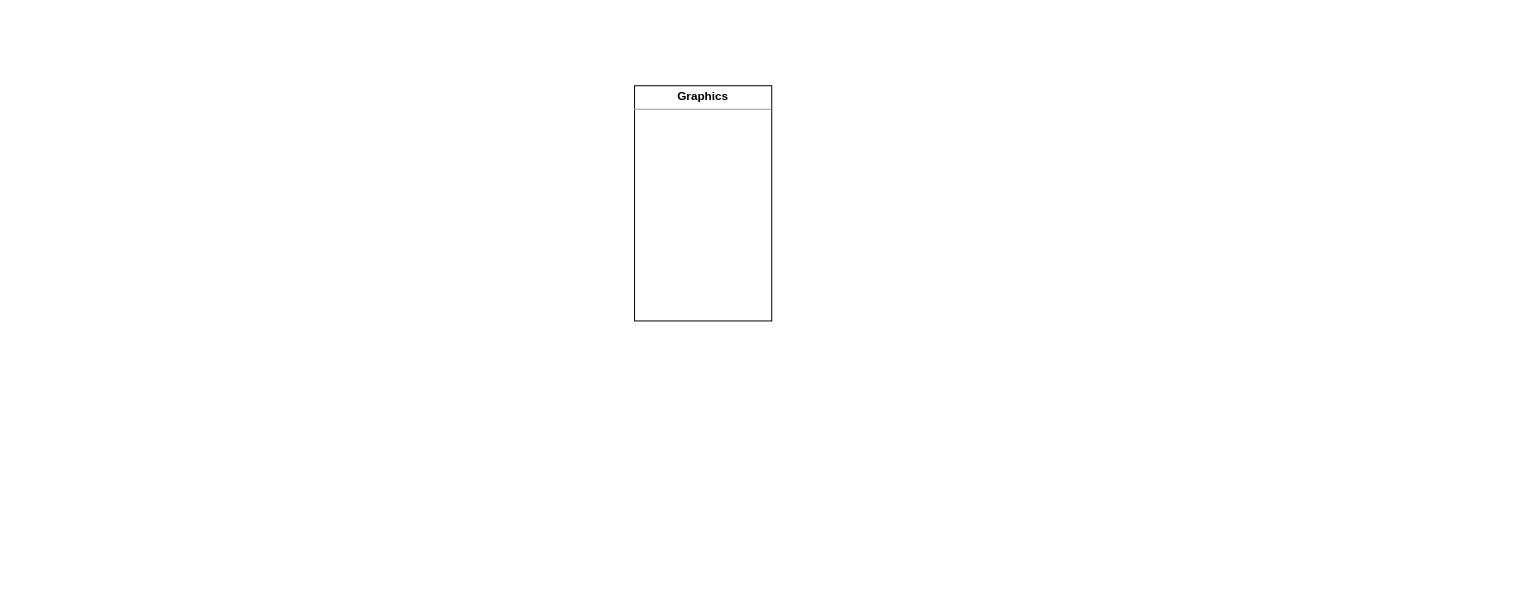
This is Engine/specificatio.drawio from TamigaYamazaki/GameMadeFrameWorlk_js, a draw.io file, before an edit. Source tidied: cells renumbered, new cells numbered last; positions are measured from the earlier drawing's top-left corner, leaving out a move shared by most shapes. Both pictures are drawn from the tidied source at 98%, with x=0, y=0 at pixel (634, 85).
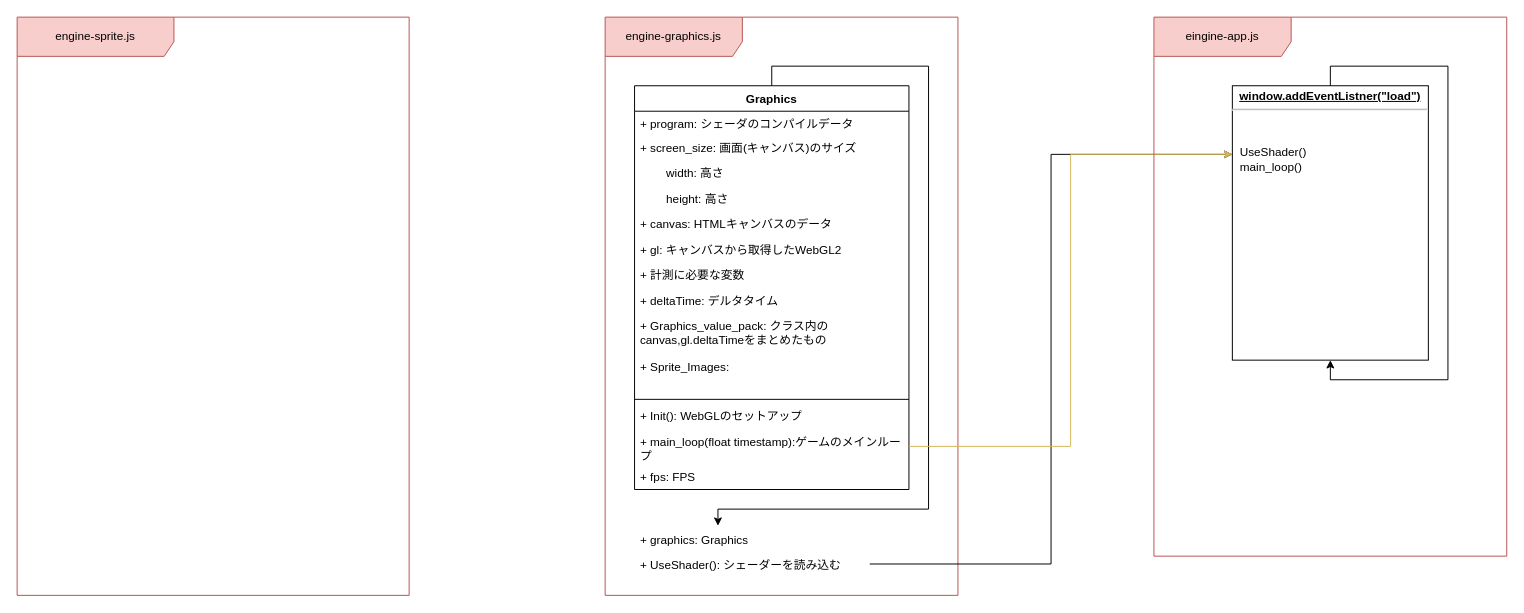
The same diagram, later.

Commit message:
specificatio.drawio を更新します

The edit, as a diff of the source:
```diff
@@
-    <mxCell id="2" value="&lt;p style=&quot;margin:0px;margin-top:4px;text-align:center;&quot;&gt;&lt;b&gt;Graphics&lt;/b&gt;&lt;/p&gt;&lt;hr size=&quot;1&quot;&gt;&lt;div style=&quot;height:2px;&quot;&gt;&lt;/div&gt;" style="verticalAlign=top;align=left;overflow=fill;fontSize=12;fontFamily=Helvetica;html=1;whiteSpace=wrap;" parent="1" vertex="1">
-      <mxGeometry width="140" height="240" as="geometry" />
+    <mxCell id="2" value="Graphics" style="swimlane;fontStyle=1;align=center;verticalAlign=top;horizontal=1;startSize=26;whiteSpace=wrap;html=1;spacing=2;" parent="1" vertex="1">
+      <mxGeometry width="280" height="412" as="geometry" />
     </mxCell>
+    <mxCell id="3" value="+ program: シェーダのコンパイルデータ" style="text;strokeColor=none;fillColor=none;align=left;verticalAlign=top;spacingLeft=4;spacingRight=4;overflow=hidden;whiteSpace=wrap;html=1;spacing=2;" parent="2" vertex="1">
+      <mxGeometry y="26" width="280" height="24" as="geometry" />
+    </mxCell>
+    <mxCell id="4" value="+ screen_size: 画面(キャンバス)のサイズ" style="text;strokeColor=none;fillColor=none;align=left;verticalAlign=top;spacingLeft=4;spacingRight=4;overflow=hidden;whiteSpace=wrap;html=1;spacing=2;" parent="2" vertex="1">
+      <mxGeometry y="50" width="280" height="26" as="geometry" />
+    </mxCell>
+    <mxCell id="5" value="&lt;span style=&quot;white-space: pre;&quot;&gt;&#9;&lt;/span&gt;width: 高さ" style="text;strokeColor=none;fillColor=none;align=left;verticalAlign=top;spacingLeft=4;spacingRight=4;overflow=hidden;whiteSpace=wrap;html=1;spacing=2;" parent="2" vertex="1">
+      <mxGeometry y="76" width="280" height="26" as="geometry" />
+    </mxCell>
+    <mxCell id="6" value="&lt;span style=&quot;white-space: pre;&quot;&gt;&#9;&lt;/span&gt;height: 高さ" style="text;strokeColor=none;fillColor=none;align=left;verticalAlign=top;spacingLeft=4;spacingRight=4;overflow=hidden;whiteSpace=wrap;html=1;spacing=2;" parent="2" vertex="1">
+      <mxGeometry y="102" width="280" height="26" as="geometry" />
+    </mxCell>
+    <mxCell id="7" value="+ canvas: HTMLキャンバスのデータ" style="text;strokeColor=none;fillColor=none;align=left;verticalAlign=top;spacingLeft=4;spacingRight=4;overflow=hidden;whiteSpace=wrap;html=1;spacing=2;" parent="2" vertex="1">
+      <mxGeometry y="128" width="280" height="26" as="geometry" />
+    </mxCell>
+    <mxCell id="8" value="+ gl: キャンバスから取得したWebGL2" style="text;strokeColor=none;fillColor=none;align=left;verticalAlign=top;spacingLeft=4;spacingRight=4;overflow=hidden;whiteSpace=wrap;html=1;spacing=2;" parent="2" vertex="1">
+      <mxGeometry y="154" width="280" height="26" as="geometry" />
+    </mxCell>
+    <mxCell id="9" value="+ 計測に必要な変数" style="text;strokeColor=none;fillColor=none;align=left;verticalAlign=top;spacingLeft=4;spacingRight=4;overflow=hidden;whiteSpace=wrap;html=1;spacing=2;" parent="2" vertex="1">
+      <mxGeometry y="180" width="280" height="26" as="geometry" />
+    </mxCell>
+    <mxCell id="10" value="+ deltaTime: デルタタイム" style="text;strokeColor=none;fillColor=none;align=left;verticalAlign=top;spacingLeft=4;spacingRight=4;overflow=hidden;whiteSpace=wrap;html=1;spacing=2;" parent="2" vertex="1">
+      <mxGeometry y="206" width="280" height="26" as="geometry" />
+    </mxCell>
+    <mxCell id="11" value="+ Graphics_value_pack: クラス内のcanvas,gl.deltaTimeをまとめたもの" style="text;strokeColor=none;fillColor=none;align=left;verticalAlign=top;spacingLeft=4;spacingRight=4;overflow=hidden;whiteSpace=wrap;html=1;spacing=2;" parent="2" vertex="1">
+      <mxGeometry y="232" width="280" height="42" as="geometry" />
+    </mxCell>
+    <mxCell id="12" value="+ Sprite_Images:&amp;nbsp;" style="text;strokeColor=none;fillColor=none;align=left;verticalAlign=top;spacingLeft=4;spacingRight=4;overflow=hidden;whiteSpace=wrap;html=1;spacing=2;" parent="2" vertex="1">
+      <mxGeometry y="274" width="280" height="42" as="geometry" />
+    </mxCell>
+    <mxCell id="13" style="line;strokeWidth=1;fillColor=none;align=left;verticalAlign=middle;spacingTop=-1;spacingLeft=3;spacingRight=3;labelPosition=right;strokeColor=inherit;spacing=2;" parent="2" vertex="1">
+      <mxGeometry y="316" width="280" height="8" as="geometry" />
+    </mxCell>
+    <mxCell id="14" value="+ Init(): WebGLのセットアップ" style="text;strokeColor=none;fillColor=none;align=left;verticalAlign=top;spacingLeft=4;spacingRight=4;overflow=hidden;whiteSpace=wrap;html=1;spacing=2;" parent="2" vertex="1">
+      <mxGeometry y="324" width="280" height="26" as="geometry" />
+    </mxCell>
+    <mxCell id="15" value="+ main_loop(float timestamp):ゲームのメインループ&amp;nbsp;" style="text;strokeColor=none;fillColor=none;align=left;verticalAlign=top;spacingLeft=4;spacingRight=4;overflow=hidden;points=[[0,0.5],[1,0.5]];portConstraint=eastwest;whiteSpace=wrap;html=1;spacing=2;" parent="2" vertex="1">
+      <mxGeometry y="350" width="280" height="36" as="geometry" />
+    </mxCell>
+    <mxCell id="16" value="+ fps: FPS" style="text;strokeColor=none;fillColor=none;align=left;verticalAlign=top;spacingLeft=4;spacingRight=4;overflow=hidden;whiteSpace=wrap;html=1;spacing=2;" parent="2" vertex="1">
+      <mxGeometry y="386" width="280" height="26" as="geometry" />
+    </mxCell>
+    <mxCell id="17" style="text;strokeColor=none;fillColor=none;align=left;verticalAlign=top;spacingLeft=4;spacingRight=4;overflow=hidden;whiteSpace=wrap;html=1;spacing=2;" parent="1" vertex="1">
+      <mxGeometry y="246" width="320" height="26" as="geometry" />
+    </mxCell>
+    <mxCell id="18" value="engine-graphics.js" style="shape=umlFrame;whiteSpace=wrap;html=1;width=140;height=40;fillColor=#f8cecc;strokeColor=#b85450;" parent="1" vertex="1">
+      <mxGeometry x="-30" y="-70" width="360" height="590" as="geometry" />
+    </mxCell>
+    <mxCell id="19" value="+ graphics: Graphics" style="text;strokeColor=none;fillColor=none;align=left;verticalAlign=top;spacingLeft=4;spacingRight=4;overflow=hidden;points=[[0,0.5],[1,0.5]];portConstraint=eastwest;whiteSpace=wrap;html=1;" parent="1" vertex="1">
+      <mxGeometry y="450" width="280" height="26" as="geometry" />
+    </mxCell>
+    <mxCell id="20" style="edgeStyle=orthogonalEdgeStyle;rounded=0;jettySize=auto;html=1;exitX=0.5;exitY=0;exitDx=0;exitDy=0;entryX=0.304;entryY=-0.038;entryDx=0;entryDy=0;entryPerimeter=0;" parent="1" edge="1" source="2" target="19">
+      <mxGeometry relative="1" as="geometry" />
+    </mxCell>
+    <mxCell id="21" style="edgeStyle=orthogonalEdgeStyle;rounded=0;jettySize=auto;html=1;exitX=1;exitY=0.5;exitDx=0;exitDy=0;entryX=0;entryY=0.25;entryDx=0;entryDy=0;" parent="1" edge="1" source="22" target="26">
+      <mxGeometry relative="1" as="geometry" />
+    </mxCell>
+    <mxCell id="22" value="+ UseShader(): シェーダーを読み込む" style="text;strokeColor=none;fillColor=none;align=left;verticalAlign=top;spacingLeft=4;spacingRight=4;overflow=hidden;points=[[0,0.5],[1,0.5]];portConstraint=eastwest;whiteSpace=wrap;html=1;" parent="1" vertex="1">
+      <mxGeometry y="476" width="240" height="24" as="geometry" />
+    </mxCell>
+    <mxCell id="23" style="edgeStyle=orthogonalEdgeStyle;rounded=0;jettySize=auto;html=1;exitX=1;exitY=0.5;exitDx=0;exitDy=0;entryX=0;entryY=0.25;entryDx=0;entryDy=0;fillColor=#fff2cc;strokeColor=#d6b656;" parent="1" edge="1" source="15" target="26">
+      <mxGeometry relative="1" as="geometry" />
+    </mxCell>
+    <mxCell id="24" style="group;" parent="1" vertex="1">
+      <mxGeometry x="530" y="-70" width="360" height="550" as="geometry" />
+    </mxCell>
+    <mxCell id="25" value="eingine-app.js" style="shape=umlFrame;whiteSpace=wrap;html=1;width=140;height=40;fillColor=#f8cecc;strokeColor=#b85450;" parent="24" vertex="1">
+      <mxGeometry width="360" height="550" as="geometry" />
+    </mxCell>
+    <mxCell id="26" value="&lt;p style=&quot;margin:0px;margin-top:4px;text-align:center;text-decoration:underline;&quot;&gt;&lt;b&gt;window.addEventListner(&quot;load&quot;)&lt;/b&gt;&lt;/p&gt;&lt;hr&gt;&lt;p style=&quot;margin:0px;margin-left:8px;&quot;&gt;&lt;br&gt;&lt;/p&gt;&lt;p style=&quot;margin:0px;margin-left:8px;&quot;&gt;&lt;br&gt;&lt;/p&gt;&lt;p style=&quot;margin:0px;margin-left:8px;&quot;&gt;UseShader()&lt;/p&gt;&lt;p style=&quot;margin:0px;margin-left:8px;&quot;&gt;main_loop()&lt;/p&gt;" style="verticalAlign=top;align=left;overflow=fill;fontSize=12;fontFamily=Helvetica;html=1;whiteSpace=wrap;" parent="24" vertex="1">
+      <mxGeometry x="80" y="70" width="200" height="280" as="geometry" />
+    </mxCell>
+    <mxCell id="27" style="edgeStyle=orthogonalEdgeStyle;rounded=0;orthogonalLoop=1;jettySize=auto;html=1;exitX=0.5;exitY=0;exitDx=0;exitDy=0;" parent="24" edge="1" source="26" target="26">
+      <mxGeometry relative="1" as="geometry" />
+    </mxCell>
+    <mxCell id="28" value="engine-sprite.js" style="shape=umlFrame;whiteSpace=wrap;html=1;width=160;height=40;fillColor=#f8cecc;strokeColor=#b85450;" parent="1" vertex="1">
+      <mxGeometry x="-630" y="-70" width="400" height="590" as="geometry" />
+    </mxCell>
```
